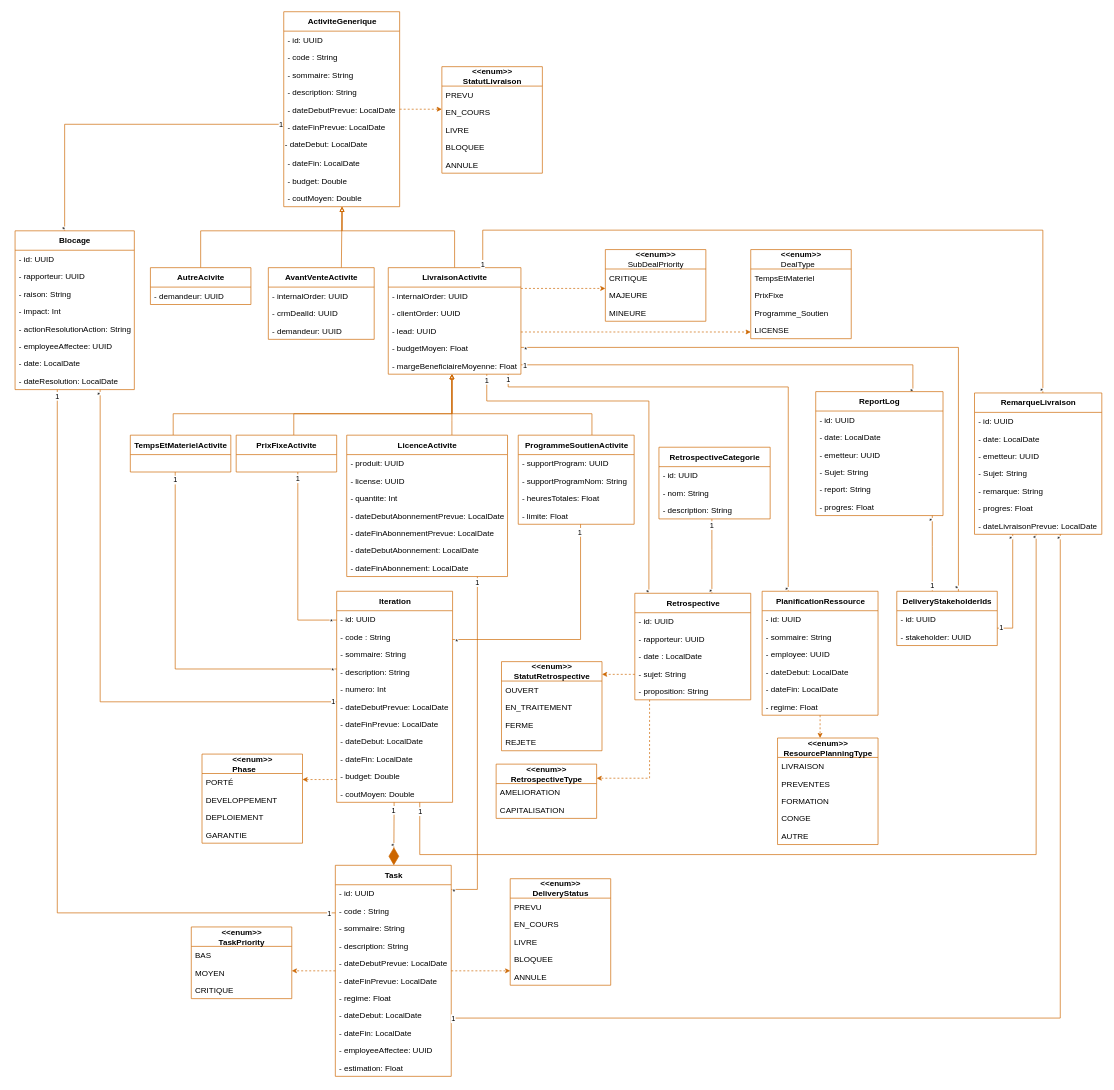
ZidiMedAmine/UML keeps this draw.io diagram as Delivery/Delivery_Fr_DiagrammeClasse.drawio. Above is the earlier version. Source tidied: cells renumbered, new cells numbered last; positions are measured from the earlier drawing's top-left corner, leaving out a move shared by most shapes. Both pictures are drawn from the tidied source at 67%, with x=0, y=0 at pixel (15, 11).
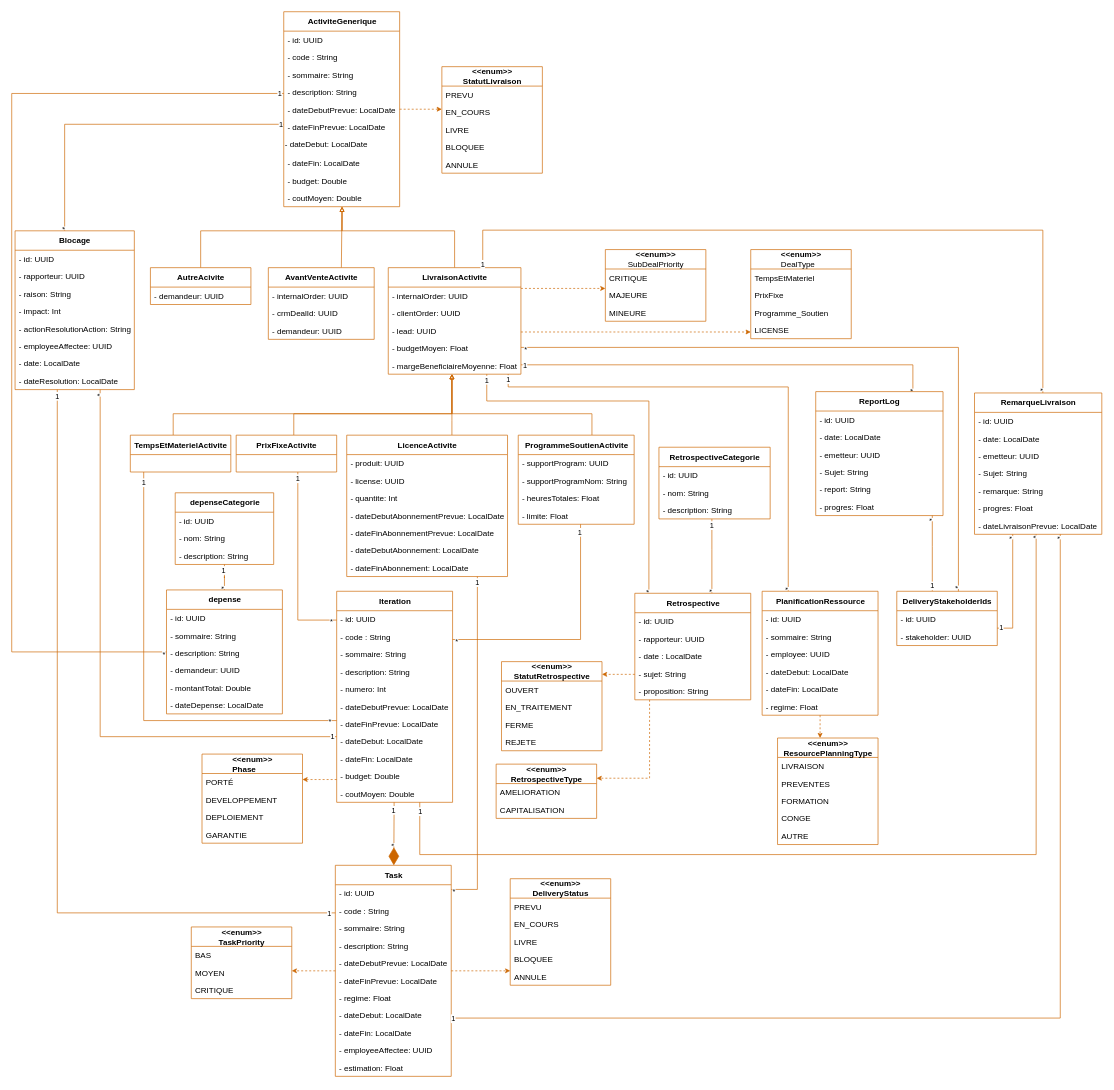
After the change.

Commit message:
Mettre à jour Delivery_Fr_DiagrammeClasse.drawio

Unchanged cells that the change refers to:
```xml
<mxCell id="5" value="&lt;b&gt;ActiviteGenerique&lt;/b&gt;" style="swimlane;fontStyle=0;align=center;verticalAlign=middle;horizontal=1;startSize=29;html=1;fontSize=12;labelPosition=center;verticalLabelPosition=middle;strokeColor=#CC6600;swimlaneLine=1;rounded=0;shadow=0;glass=0;sketch=0;perimeterSpacing=0;" parent="1" vertex="1">
  <mxGeometry x="401" width="173" height="291" as="geometry" />
</mxCell>
<mxCell id="52" value="&lt;b&gt;TempsEtMateriel&lt;/b&gt;&lt;b&gt;Activite&lt;/b&gt;" style="swimlane;fontStyle=1;align=center;verticalAlign=middle;horizontal=1;startSize=29;html=1;fontSize=12;labelPosition=center;verticalLabelPosition=middle;swimlaneLine=1;rounded=0;sketch=0;glass=0;strokeColor=#CC6600;" parent="1" vertex="1">
  <mxGeometry x="172" y="632" width="150" height="55" as="geometry" />
</mxCell>
<mxCell id="71" value="&lt;b&gt;Iteration&lt;/b&gt;" style="swimlane;fontStyle=0;align=center;verticalAlign=middle;horizontal=1;startSize=29;html=1;fontSize=12;labelPosition=center;verticalLabelPosition=middle;strokeColor=#CC6600;swimlaneLine=1;rounded=0;shadow=0;glass=0;sketch=0;perimeterSpacing=0;" parent="1" vertex="1">
  <mxGeometry x="480" y="865" width="173" height="315" as="geometry" />
</mxCell>
<mxCell id="207" value="Blocage" style="swimlane;fontStyle=1;align=center;verticalAlign=middle;horizontal=1;startSize=29;html=1;fontSize=12;labelPosition=center;verticalLabelPosition=middle;swimlaneLine=1;rounded=0;sketch=0;glass=0;strokeColor=#CC6600;" parent="1" vertex="1">
  <mxGeometry y="327" width="178" height="237" as="geometry" />
</mxCell>
```

The edit, as a diff of the source:
```diff
@@
     <mxCell id="44" style="edgeStyle=orthogonalEdgeStyle;rounded=0;jettySize=auto;html=1;endArrow=none;endFill=0;startSize=5;endSize=5;strokeColor=#CC6600;" parent="1" edge="1" source="52" target="71">
       <mxGeometry relative="1" as="geometry">
         <Array as="points">
-          <mxPoint x="239" y="981" />
+          <mxPoint x="192" y="1058" />
         </Array>
       </mxGeometry>
     </mxCell>
@@
     <mxCell id="216" style="edgeStyle=orthogonalEdgeStyle;rounded=0;jettySize=auto;html=1;startArrow=none;startFill=0;endArrow=none;endFill=0;startSize=5;endSize=5;strokeColor=#CC6600;" parent="1" edge="1" source="71" target="207">
       <mxGeometry relative="1" as="geometry">
         <Array as="points">
-          <mxPoint x="127" y="1030" />
+          <mxPoint x="127" y="1082" />
         </Array>
       </mxGeometry>
     </mxCell>
@@
+    <mxCell id="222" style="edgeStyle=orthogonalEdgeStyle;rounded=0;jettySize=auto;html=1;endArrow=none;endFill=0;strokeColor=#CC6600;" parent="1" edge="1" source="228" target="235">
+      <mxGeometry relative="1" as="geometry" />
+    </mxCell>
+    <mxCell id="223" value="1" style="edgeLabel;html=1;align=center;verticalAlign=middle;" parent="222" vertex="1">
+      <mxGeometry x="0.73" relative="1" as="geometry">
+        <mxPoint x="-2" y="2" as="offset" />
+      </mxGeometry>
+    </mxCell>
+    <mxCell id="224" value="*" style="edgeLabel;html=1;align=center;verticalAlign=middle;rotation=90;" parent="222" vertex="1">
+      <mxGeometry x="-0.84" y="1" relative="1" as="geometry">
+        <mxPoint x="-1" y="-1" as="offset" />
+      </mxGeometry>
+    </mxCell>
+    <mxCell id="225" style="edgeStyle=orthogonalEdgeStyle;rounded=0;jettySize=auto;html=1;endArrow=none;endFill=0;strokeColor=#CC6600;" parent="1" edge="1" source="228" target="5">
+      <mxGeometry relative="1" as="geometry">
+        <Array as="points">
+          <mxPoint x="-5" y="956" />
+          <mxPoint x="-5" y="122" />
+        </Array>
+      </mxGeometry>
+    </mxCell>
+    <mxCell id="226" value="1" style="edgeLabel;html=1;align=center;verticalAlign=middle;" parent="225" vertex="1">
+      <mxGeometry x="0.98" y="-1" relative="1" as="geometry">
+        <mxPoint x="8" y="-2" as="offset" />
+      </mxGeometry>
+    </mxCell>
+    <mxCell id="227" value="*" style="edgeLabel;html=1;align=center;verticalAlign=middle;" parent="225" vertex="1">
+      <mxGeometry x="-0.98" y="1" relative="1" as="geometry">
+        <mxPoint x="10" y="2" as="offset" />
+      </mxGeometry>
+    </mxCell>
+    <mxCell id="228" value="depense" style="swimlane;fontStyle=1;align=center;verticalAlign=middle;horizontal=1;startSize=29;html=1;fontSize=12;labelPosition=center;verticalLabelPosition=middle;swimlaneLine=1;rounded=0;sketch=0;glass=0;strokeColor=#CC6600;" parent="1" vertex="1">
+      <mxGeometry x="226" y="863" width="173" height="185" as="geometry" />
+    </mxCell>
+    <mxCell id="229" value="- id: UUID" style="text;strokeColor=none;fillColor=none;align=left;verticalAlign=top;spacingLeft=4;spacingRight=4;overflow=hidden;fontStyle=0;" parent="228" vertex="1">
+      <mxGeometry y="29" width="173" height="26" as="geometry" />
+    </mxCell>
+    <mxCell id="230" value="- sommaire: String" style="text;strokeColor=none;fillColor=none;align=left;verticalAlign=top;spacingLeft=4;spacingRight=4;overflow=hidden;fontStyle=0;" parent="228" vertex="1">
+      <mxGeometry y="55" width="173" height="26" as="geometry" />
+    </mxCell>
+    <mxCell id="231" value="- description: String" style="text;strokeColor=none;fillColor=none;align=left;verticalAlign=top;spacingLeft=4;spacingRight=4;overflow=hidden;fontStyle=0;" parent="228" vertex="1">
+      <mxGeometry y="81" width="173" height="26" as="geometry" />
+    </mxCell>
+    <mxCell id="232" value="- demandeur: UUID" style="text;strokeColor=none;fillColor=none;align=left;verticalAlign=top;spacingLeft=4;spacingRight=4;overflow=hidden;fontStyle=0;" parent="228" vertex="1">
+      <mxGeometry y="107" width="173" height="26" as="geometry" />
+    </mxCell>
+    <mxCell id="233" value="- montantTotal: Double" style="text;strokeColor=none;fillColor=none;align=left;verticalAlign=top;spacingLeft=4;spacingRight=4;overflow=hidden;fontStyle=0;" parent="228" vertex="1">
+      <mxGeometry y="133" width="173" height="26" as="geometry" />
+    </mxCell>
+    <mxCell id="234" value="- dateDepense: LocalDate" style="text;strokeColor=none;fillColor=none;align=left;verticalAlign=top;spacingLeft=4;spacingRight=4;overflow=hidden;fontStyle=0;" parent="228" vertex="1">
+      <mxGeometry y="159" width="173" height="26" as="geometry" />
+    </mxCell>
+    <mxCell id="235" value="depenseCategorie" style="swimlane;fontStyle=1;align=center;verticalAlign=middle;horizontal=1;startSize=29;html=1;fontSize=12;labelPosition=center;verticalLabelPosition=middle;swimlaneLine=1;rounded=0;sketch=0;glass=0;strokeColor=#CC6600;" parent="1" vertex="1">
+      <mxGeometry x="239" y="718" width="147" height="107" as="geometry" />
+    </mxCell>
+    <mxCell id="236" value="- id: UUID" style="text;strokeColor=none;fillColor=none;align=left;verticalAlign=top;spacingLeft=4;spacingRight=4;overflow=hidden;fontStyle=0;" parent="235" vertex="1">
+      <mxGeometry y="29" width="147" height="26" as="geometry" />
+    </mxCell>
+    <mxCell id="237" value="- nom: String" style="text;strokeColor=none;fillColor=none;align=left;verticalAlign=top;spacingLeft=4;spacingRight=4;overflow=hidden;fontStyle=0;" parent="235" vertex="1">
+      <mxGeometry y="55" width="147" height="26" as="geometry" />
+    </mxCell>
+    <mxCell id="238" value="- description: String" style="text;strokeColor=none;fillColor=none;align=left;verticalAlign=top;spacingLeft=4;spacingRight=4;overflow=hidden;fontStyle=0;" parent="235" vertex="1">
+      <mxGeometry y="81" width="147" height="26" as="geometry" />
+    </mxCell>
```
